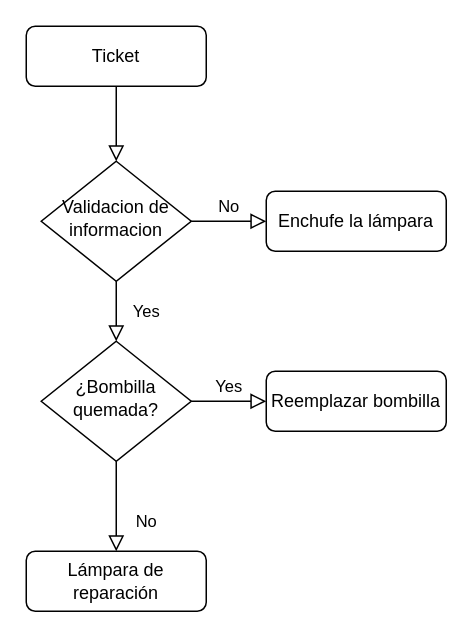
The draw.io diagram src/Untitled Diagram.drawio in Sasd74/create-react-app-auth-amplify, before the edit. Source tidied: cells renumbered, new cells numbered last; positions are measured from the earlier drawing's top-left corner, leaving out a move shared by most shapes. Both pictures are drawn from the tidied source at 150%, with x=0, y=0 at pixel (26, 26).
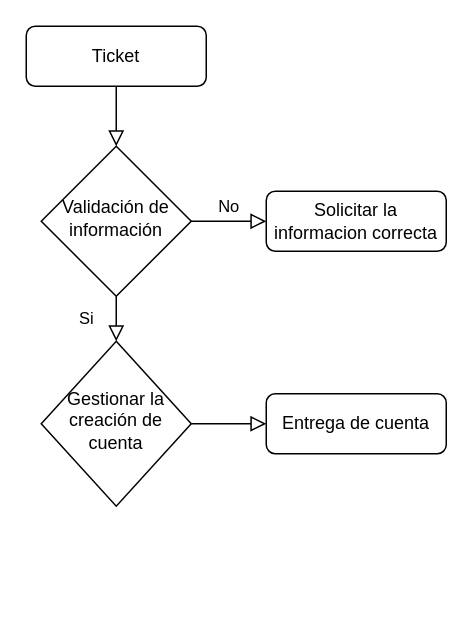
After the change.

Change to the diagram source:
```diff
@@
 <mxGraphModel>
   <root>
     <mxCell id="0" />
     <mxCell id="1" parent="0" />
     <mxCell id="2" style="rounded=0;html=1;jettySize=auto;fontSize=11;endArrow=block;endFill=0;endSize=8;strokeWidth=1;shadow=0;labelBackgroundColor=none;edgeStyle=orthogonalEdgeStyle;" parent="1" edge="1" source="3" target="6">
       <mxGeometry relative="1" as="geometry" />
     </mxCell>
     <mxCell id="3" value="Ticket" style="rounded=1;whiteSpace=wrap;html=1;fontSize=12;glass=0;strokeWidth=1;shadow=0;" parent="1" vertex="1">
       <mxGeometry width="120" height="40" as="geometry" />
     </mxCell>
-    <mxCell id="4" value="Yes" style="rounded=0;html=1;jettySize=auto;fontSize=11;endArrow=block;endFill=0;endSize=8;strokeWidth=1;shadow=0;labelBackgroundColor=none;edgeStyle=orthogonalEdgeStyle;" parent="1" edge="1" source="6" target="10">
+    <mxCell id="4" value="Si" style="rounded=0;html=1;jettySize=auto;fontSize=11;endArrow=block;endFill=0;endSize=8;strokeWidth=1;shadow=0;labelBackgroundColor=none;edgeStyle=orthogonalEdgeStyle;" parent="1" edge="1" source="6" target="10">
       <mxGeometry y="20" relative="1" as="geometry" />
     </mxCell>
     <mxCell id="5" value="No" style="edgeStyle=orthogonalEdgeStyle;rounded=0;html=1;jettySize=auto;fontSize=11;endArrow=block;endFill=0;endSize=8;strokeWidth=1;shadow=0;labelBackgroundColor=none;" parent="1" edge="1" source="6" target="7">
       <mxGeometry y="10" relative="1" as="geometry" />
     </mxCell>
-    <mxCell id="6" value="Validacion de informacion" style="rhombus;whiteSpace=wrap;html=1;shadow=0;fontFamily=Helvetica;fontSize=12;align=center;strokeWidth=1;spacing=6;spacingTop=-4;" parent="1" vertex="1">
-      <mxGeometry x="10" y="90" width="100" height="80" as="geometry" />
+    <mxCell id="6" value="Validación de información" style="rhombus;whiteSpace=wrap;html=1;shadow=0;fontFamily=Helvetica;fontSize=12;align=center;strokeWidth=1;spacing=6;spacingTop=-4;" parent="1" vertex="1">
+      <mxGeometry x="10" y="80" width="100" height="100" as="geometry" />
     </mxCell>
-    <mxCell id="7" value="Enchufe la lámpara" style="rounded=1;whiteSpace=wrap;html=1;fontSize=12;glass=0;strokeWidth=1;shadow=0;" parent="1" vertex="1">
+    <mxCell id="7" value="Solicitar la informacion correcta" style="rounded=1;whiteSpace=wrap;html=1;fontSize=12;glass=0;strokeWidth=1;shadow=0;" parent="1" vertex="1">
       <mxGeometry x="160" y="110" width="120" height="40" as="geometry" />
     </mxCell>
-    <mxCell id="8" value="No" style="rounded=0;html=1;jettySize=auto;fontSize=11;endArrow=block;endFill=0;endSize=8;strokeWidth=1;shadow=0;labelBackgroundColor=none;edgeStyle=orthogonalEdgeStyle;" parent="1" edge="1" source="10" target="11">
-      <mxGeometry x="0.33" y="20" relative="1" as="geometry" />
-    </mxCell>
-    <mxCell id="9" value="Yes" style="edgeStyle=orthogonalEdgeStyle;rounded=0;html=1;jettySize=auto;fontSize=11;endArrow=block;endFill=0;endSize=8;strokeWidth=1;shadow=0;labelBackgroundColor=none;" parent="1" edge="1" source="10" target="12">
+    <mxCell id="9" style="edgeStyle=orthogonalEdgeStyle;rounded=0;html=1;jettySize=auto;fontSize=11;endArrow=block;endFill=0;endSize=8;strokeWidth=1;shadow=0;labelBackgroundColor=none;" parent="1" edge="1" source="10" target="12">
       <mxGeometry y="10" relative="1" as="geometry" />
     </mxCell>
-    <mxCell id="10" value="¿Bombilla &lt;br&gt;quemada?" style="rhombus;whiteSpace=wrap;html=1;shadow=0;fontFamily=Helvetica;fontSize=12;align=center;strokeWidth=1;spacing=6;spacingTop=-4;" parent="1" vertex="1">
-      <mxGeometry x="10" y="210" width="100" height="80" as="geometry" />
+    <mxCell id="10" value="Gestionar la creación de cuenta" style="rhombus;whiteSpace=wrap;html=1;shadow=0;fontFamily=Helvetica;fontSize=12;align=center;strokeWidth=1;spacing=6;spacingTop=-4;" parent="1" vertex="1">
+      <mxGeometry x="10" y="210" width="100" height="110" as="geometry" />
     </mxCell>
-    <mxCell id="11" value="Lámpara de reparación" style="rounded=1;whiteSpace=wrap;html=1;fontSize=12;glass=0;strokeWidth=1;shadow=0;" parent="1" vertex="1">
-      <mxGeometry y="350" width="120" height="40" as="geometry" />
-    </mxCell>
-    <mxCell id="12" value="Reemplazar bombilla" style="rounded=1;whiteSpace=wrap;html=1;fontSize=12;glass=0;strokeWidth=1;shadow=0;" parent="1" vertex="1">
-      <mxGeometry x="160" y="230" width="120" height="40" as="geometry" />
+    <mxCell id="12" value="Entrega de cuenta" style="rounded=1;whiteSpace=wrap;html=1;fontSize=12;glass=0;strokeWidth=1;shadow=0;" parent="1" vertex="1">
+      <mxGeometry x="160" y="245" width="120" height="40" as="geometry" />
     </mxCell>
   </root>
 </mxGraphModel>
```
